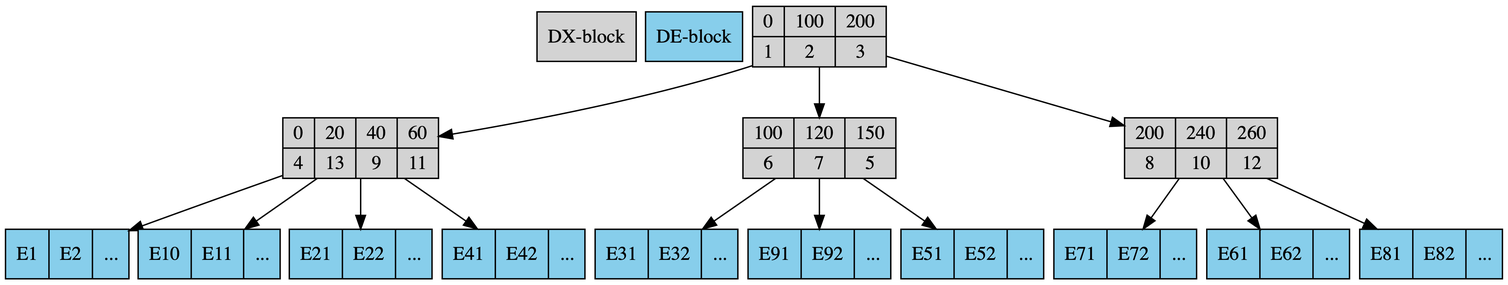
Before: graphviz/MainDocument/graphviz/htree.png, a diagram exported from Graphviz (Danisnowman/UFM-Data-Structures-HomeWork). Its source is kept beside it as graphviz/MainDocument/graphviz/htree.dot. Source of this version:
```dot
digraph Htree {
	node [style=filled, shape=record];
	graph [ dpi = 300 ];
 	size ="50";
 	nodesep=.1;
    ranksep=.5;

    DX_block [fillcolor=lightgray,shape=record, label="DX-block"];
    DE_block [fillcolor=skyblue,shape=record, label="DE-block"];
    {rank=same;DX_block;DE_block}

    block_0 -> block_1;
    block_0 -> block_2;
    block_0 -> block_3;

    block_1 -> {block_4, block_13, block_9, block_11};
    block_2 -> {block_6, block_7, block_5};
    block_3 -> {block_8, block_10, block_12};


    block_0 [style=filled, fillcolor=lightgray, shape=record, label="{0|1}|{100|2}|{200|3}"];
    block_1 [style=filled, fillcolor=lightgray, shape=record, label="{0|4}|{20|13}|{40|9}|{60|11}"];
    block_2 [style=filled, fillcolor=lightgray, shape=record, label="{100|6}|{120|7}|{150|5}"];
    block_3 [style=filled, fillcolor=lightgray, shape=record, label="{200|8}|{240|10}|{260|12}"];


    block_4 [style=filled, fillcolor=skyblue, shape=record, label="{E1}|{E2}|{...}"];
    block_13 [style=filled, fillcolor=skyblue, shape=record, label="{E10}|{E11}|{...}"];
    block_9 [style=filled, fillcolor=skyblue, shape=record, label="{E21}|{E22}|{...}"];
    block_11 [style=filled, fillcolor=skyblue, shape=record, label="{E41}|{E42}|{...}"];

    block_6 [style=filled, fillcolor=skyblue, shape=record, label="{E31}|{E32}|{...}"];
    block_7 [style=filled, fillcolor=skyblue, shape=record, label="{E91}|{E92}|{...}"];
    block_5 [style=filled, fillcolor=skyblue, shape=record, label="{E51}|{E52}|{...}"];

    block_8 [style=filled, fillcolor=skyblue, shape=record, label="{E71}|{E72}|{...}"];
    block_10 [style=filled, fillcolor=skyblue, shape=record, label="{E61}|{E62}|{...}"];
    block_12 [style=filled, fillcolor=skyblue, shape=record, label="{E81}|{E82}|{...}"];


}
```
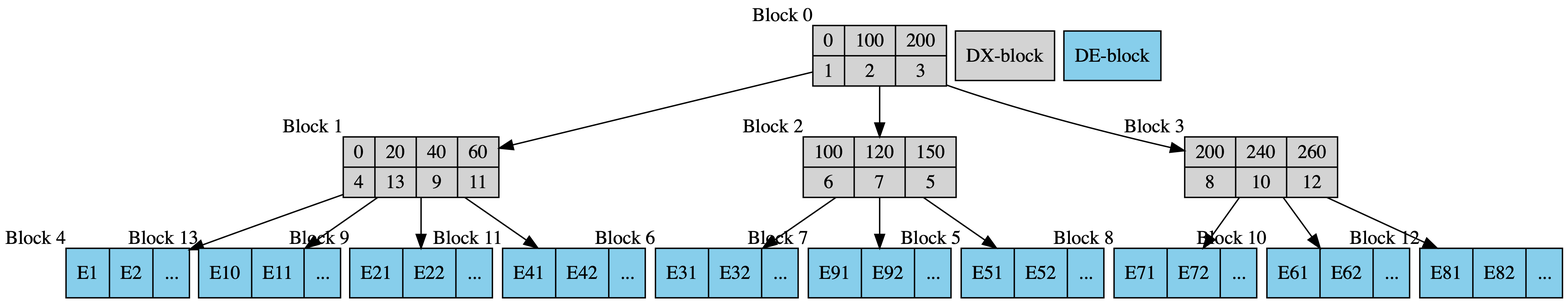
After the commit.

Change to the diagram source:
```diff
@@ -5,37 +5,39 @@
  	nodesep=.1;
     ranksep=.5;
 
-    DX_block [fillcolor=lightgray,shape=record, label="DX-block"];
-    DE_block [fillcolor=skyblue,shape=record, label="DE-block"];
-    {rank=same;DX_block;DE_block}
+
 
     block_0 -> block_1;
     block_0 -> block_2;
     block_0 -> block_3;
+
+    DX_block [fillcolor=lightgray,shape=record, label="DX-block"];
+    DE_block [fillcolor=skyblue,shape=record, label="DE-block"];
+    {rank=same;DX_block;DE_block}
 
     block_1 -> {block_4, block_13, block_9, block_11};
     block_2 -> {block_6, block_7, block_5};
     block_3 -> {block_8, block_10, block_12};
 
 
-    block_0 [style=filled, fillcolor=lightgray, shape=record, label="{0|1}|{100|2}|{200|3}"];
-    block_1 [style=filled, fillcolor=lightgray, shape=record, label="{0|4}|{20|13}|{40|9}|{60|11}"];
-    block_2 [style=filled, fillcolor=lightgray, shape=record, label="{100|6}|{120|7}|{150|5}"];
-    block_3 [style=filled, fillcolor=lightgray, shape=record, label="{200|8}|{240|10}|{260|12}"];
+    block_0 [style=filled, fillcolor=lightgray, shape=record, label="{0|1}|{100|2}|{200|3}", xlabel="Block 0"];
+    block_1 [style=filled, fillcolor=lightgray, shape=record, label="{0|4}|{20|13}|{40|9}|{60|11}", xlabel="Block 1"];
+    block_2 [style=filled, fillcolor=lightgray, shape=record, label="{100|6}|{120|7}|{150|5}", xlabel="Block 2"];
+    block_3 [style=filled, fillcolor=lightgray, shape=record, label="{200|8}|{240|10}|{260|12}", xlabel="Block 3"];
 
 
-    block_4 [style=filled, fillcolor=skyblue, shape=record, label="{E1}|{E2}|{...}"];
-    block_13 [style=filled, fillcolor=skyblue, shape=record, label="{E10}|{E11}|{...}"];
-    block_9 [style=filled, fillcolor=skyblue, shape=record, label="{E21}|{E22}|{...}"];
-    block_11 [style=filled, fillcolor=skyblue, shape=record, label="{E41}|{E42}|{...}"];
+    block_4 [style=filled, fillcolor=skyblue, shape=record, label="{E1}|{E2}|{...}", xlabel="Block 4"];
+    block_13 [style=filled, fillcolor=skyblue, shape=record, label="{E10}|{E11}|{...}", xlabel="Block 13"];
+    block_9 [style=filled, fillcolor=skyblue, shape=record, label="{E21}|{E22}|{...}", xlabel="Block 9"];
+    block_11 [style=filled, fillcolor=skyblue, shape=record, label="{E41}|{E42}|{...}", xlabel="Block 11"];
 
-    block_6 [style=filled, fillcolor=skyblue, shape=record, label="{E31}|{E32}|{...}"];
-    block_7 [style=filled, fillcolor=skyblue, shape=record, label="{E91}|{E92}|{...}"];
-    block_5 [style=filled, fillcolor=skyblue, shape=record, label="{E51}|{E52}|{...}"];
+    block_6 [style=filled, fillcolor=skyblue, shape=record, label="{E31}|{E32}|{...}", xlabel="Block 6"];
+    block_7 [style=filled, fillcolor=skyblue, shape=record, label="{E91}|{E92}|{...}", xlabel="Block 7"];
+    block_5 [style=filled, fillcolor=skyblue, shape=record, label="{E51}|{E52}|{...}", xlabel="Block 5"];
 
-    block_8 [style=filled, fillcolor=skyblue, shape=record, label="{E71}|{E72}|{...}"];
-    block_10 [style=filled, fillcolor=skyblue, shape=record, label="{E61}|{E62}|{...}"];
-    block_12 [style=filled, fillcolor=skyblue, shape=record, label="{E81}|{E82}|{...}"];
+    block_8 [style=filled, fillcolor=skyblue, shape=record, label="{E71}|{E72}|{...}", xlabel="Block 8"];
+    block_10 [style=filled, fillcolor=skyblue, shape=record, label="{E61}|{E62}|{...}", xlabel="Block 10"];
+    block_12 [style=filled, fillcolor=skyblue, shape=record, label="{E81}|{E82}|{...}", xlabel="Block 12"];
 
 
 }
```
